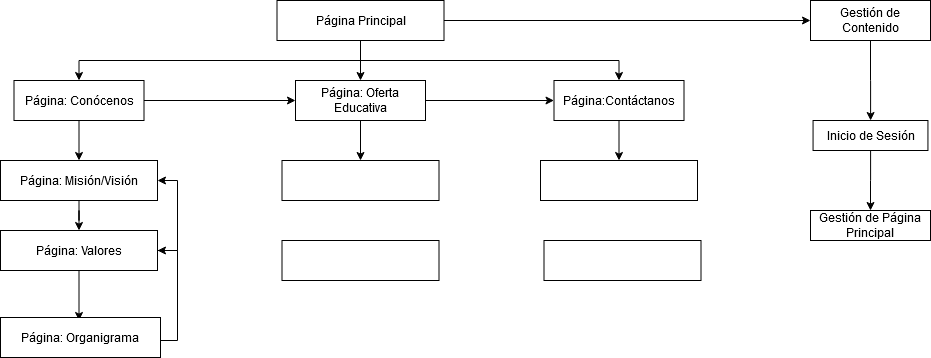
Earlier version of the draw.io export MapaNavegacion.png (danielNYR/ProjectSchool). Source tidied: cells renumbered, new cells last; positions are measured from the earlier drawing's top-left corner, leaving out a move shared by most shapes.
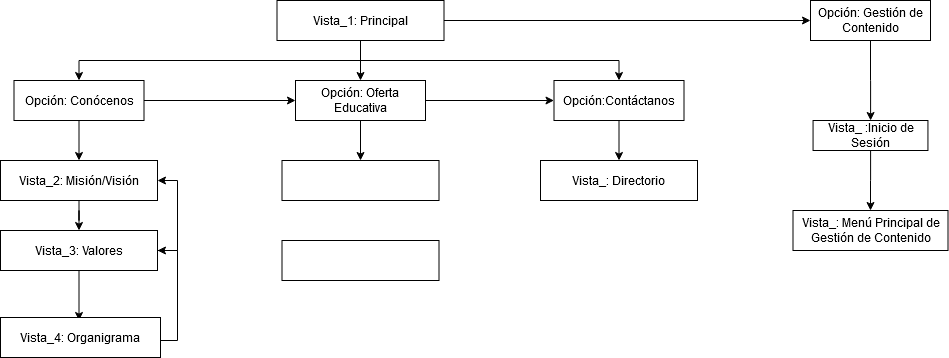
Above is the later version.

What changed in the source:
```diff
@@ -25,7 +25,7 @@
     <mxCell id="5" style="edgeStyle=orthogonalEdgeStyle;rounded=0;jettySize=auto;html=1;entryX=0;entryY=0.5;entryDx=0;entryDy=0;" parent="1" edge="1" source="6" target="25">
       <mxGeometry relative="1" as="geometry" />
     </mxCell>
-    <mxCell id="6" value="Página Principal" style="rounded=0;whiteSpace=wrap;html=1;" parent="1" vertex="1">
+    <mxCell id="6" value="Vista_1: Principal" style="rounded=0;whiteSpace=wrap;html=1;" parent="1" vertex="1">
       <mxGeometry x="276.5" width="167" height="40" as="geometry" />
     </mxCell>
     <mxCell id="7" style="edgeStyle=orthogonalEdgeStyle;rounded=0;jettySize=auto;html=1;entryX=0;entryY=0.5;entryDx=0;entryDy=0;" parent="1" edge="1" source="9" target="12">
@@ -34,7 +34,7 @@
     <mxCell id="8" style="edgeStyle=orthogonalEdgeStyle;rounded=0;jettySize=auto;html=1;entryX=0.5;entryY=0;entryDx=0;entryDy=0;" parent="1" edge="1" source="9" target="16">
       <mxGeometry relative="1" as="geometry" />
     </mxCell>
-    <mxCell id="9" value="Página: Conócenos" style="whiteSpace=wrap;html=1;rounded=0;" parent="1" vertex="1">
+    <mxCell id="9" value="Opción: Conócenos" style="whiteSpace=wrap;html=1;rounded=0;" parent="1" vertex="1">
       <mxGeometry x="13.5" y="80" width="130" height="40" as="geometry" />
     </mxCell>
     <mxCell id="10" style="edgeStyle=orthogonalEdgeStyle;rounded=0;jettySize=auto;html=1;entryX=0;entryY=0.5;entryDx=0;entryDy=0;" parent="1" edge="1" source="12" target="14">
@@ -45,7 +45,7 @@
         <mxPoint x="360" y="160" as="targetPoint" />
       </mxGeometry>
     </mxCell>
-    <mxCell id="12" value="Página: Oferta Educativa" style="whiteSpace=wrap;html=1;rounded=0;" parent="1" vertex="1">
+    <mxCell id="12" value="Opción: Oferta Educativa" style="whiteSpace=wrap;html=1;rounded=0;" parent="1" vertex="1">
       <mxGeometry x="295" y="80" width="130" height="40" as="geometry" />
     </mxCell>
     <mxCell id="13" style="edgeStyle=orthogonalEdgeStyle;rounded=0;orthogonalLoop=1;jettySize=auto;html=1;" parent="1" edge="1">
@@ -54,19 +54,19 @@
         <mxPoint x="618.5" y="160" as="targetPoint" />
       </mxGeometry>
     </mxCell>
-    <mxCell id="14" value="Página:Contáctanos" style="whiteSpace=wrap;html=1;rounded=0;" parent="1" vertex="1">
+    <mxCell id="14" value="Opción:Contáctanos" style="whiteSpace=wrap;html=1;rounded=0;" parent="1" vertex="1">
       <mxGeometry x="553.5" y="80" width="130" height="40" as="geometry" />
     </mxCell>
     <mxCell id="15" style="edgeStyle=orthogonalEdgeStyle;rounded=0;jettySize=auto;html=1;" parent="1" edge="1" source="16" target="21">
       <mxGeometry relative="1" as="geometry" />
     </mxCell>
-    <mxCell id="16" value="Página: Misión/Visión" style="rounded=0;whiteSpace=wrap;html=1;" parent="1" vertex="1">
+    <mxCell id="16" value="Vista_2: Misión/Visión" style="rounded=0;whiteSpace=wrap;html=1;" parent="1" vertex="1">
       <mxGeometry y="160" width="157" height="40" as="geometry" />
     </mxCell>
     <mxCell id="17" style="rounded=0;whiteSpace=wrap;html=1;" parent="1" vertex="1">
       <mxGeometry x="281.5" y="160" width="157" height="40" as="geometry" />
     </mxCell>
-    <mxCell id="18" style="rounded=0;whiteSpace=wrap;html=1;" parent="1" vertex="1">
+    <mxCell id="18" value="Vista_: Directorio" style="rounded=0;whiteSpace=wrap;html=1;" parent="1" vertex="1">
       <mxGeometry x="540" y="160" width="157" height="40" as="geometry" />
     </mxCell>
     <mxCell id="19" style="edgeStyle=orthogonalEdgeStyle;rounded=0;jettySize=auto;html=1;entryX=1;entryY=0.5;entryDx=0;entryDy=0;" parent="1" edge="1" source="21" target="16">
@@ -82,29 +82,26 @@
         <mxPoint x="78.5" y="320" as="targetPoint" />
       </mxGeometry>
     </mxCell>
-    <mxCell id="21" value="Página: Valores" style="rounded=0;whiteSpace=wrap;html=1;" parent="1" vertex="1">
+    <mxCell id="21" value="Vista_3: Valores" style="rounded=0;whiteSpace=wrap;html=1;" parent="1" vertex="1">
       <mxGeometry y="230" width="157" height="40" as="geometry" />
     </mxCell>
     <mxCell id="22" style="rounded=0;whiteSpace=wrap;html=1;" parent="1" vertex="1">
       <mxGeometry x="281.5" y="240" width="157" height="40" as="geometry" />
     </mxCell>
-    <mxCell id="23" style="rounded=0;whiteSpace=wrap;html=1;" parent="1" vertex="1">
-      <mxGeometry x="543.5" y="240" width="157" height="40" as="geometry" />
-    </mxCell>
     <mxCell id="24" style="edgeStyle=orthogonalEdgeStyle;rounded=0;jettySize=auto;html=1;" parent="1" edge="1" source="25" target="27">
       <mxGeometry relative="1" as="geometry" />
     </mxCell>
-    <mxCell id="25" value="Gestión de Contenido" style="rounded=0;whiteSpace=wrap;html=1;" parent="1" vertex="1">
+    <mxCell id="25" value="Opción: Gestión de Contenido" style="rounded=0;whiteSpace=wrap;html=1;" parent="1" vertex="1">
       <mxGeometry x="810" width="120" height="40" as="geometry" />
     </mxCell>
     <mxCell id="26" style="edgeStyle=orthogonalEdgeStyle;rounded=0;jettySize=auto;html=1;entryX=0.5;entryY=0;entryDx=0;entryDy=0;" parent="1" edge="1" source="27" target="28">
       <mxGeometry relative="1" as="geometry" />
     </mxCell>
-    <mxCell id="27" value="Inicio de Sesión" style="rounded=0;whiteSpace=wrap;html=1;" parent="1" vertex="1">
+    <mxCell id="27" value="Vista_ :Inicio de Sesión" style="rounded=0;whiteSpace=wrap;html=1;" parent="1" vertex="1">
       <mxGeometry x="812.6" y="120" width="114.9" height="30" as="geometry" />
     </mxCell>
-    <mxCell id="28" value="Gestión de Página Principal" style="rounded=0;whiteSpace=wrap;html=1;" parent="1" vertex="1">
-      <mxGeometry x="810" y="210" width="120" height="30" as="geometry" />
+    <mxCell id="28" value="Vista_: Menú Principal de Gestión de Contenido" style="rounded=0;whiteSpace=wrap;html=1;" parent="1" vertex="1">
+      <mxGeometry x="792.5" y="210" width="155" height="40" as="geometry" />
     </mxCell>
     <mxCell id="29" style="edgeStyle=orthogonalEdgeStyle;rounded=0;jettySize=auto;html=1;entryX=1;entryY=0.5;entryDx=0;entryDy=0;" parent="1" edge="1" source="30" target="21">
       <mxGeometry relative="1" as="geometry">
@@ -114,7 +111,7 @@
         </Array>
       </mxGeometry>
     </mxCell>
-    <mxCell id="30" value="Página: Organigrama" style="rounded=0;whiteSpace=wrap;html=1;" parent="1" vertex="1">
+    <mxCell id="30" value="Vista_4: Organigrama" style="rounded=0;whiteSpace=wrap;html=1;" parent="1" vertex="1">
       <mxGeometry y="317" width="160" height="40" as="geometry" />
     </mxCell>
   </root>
```
